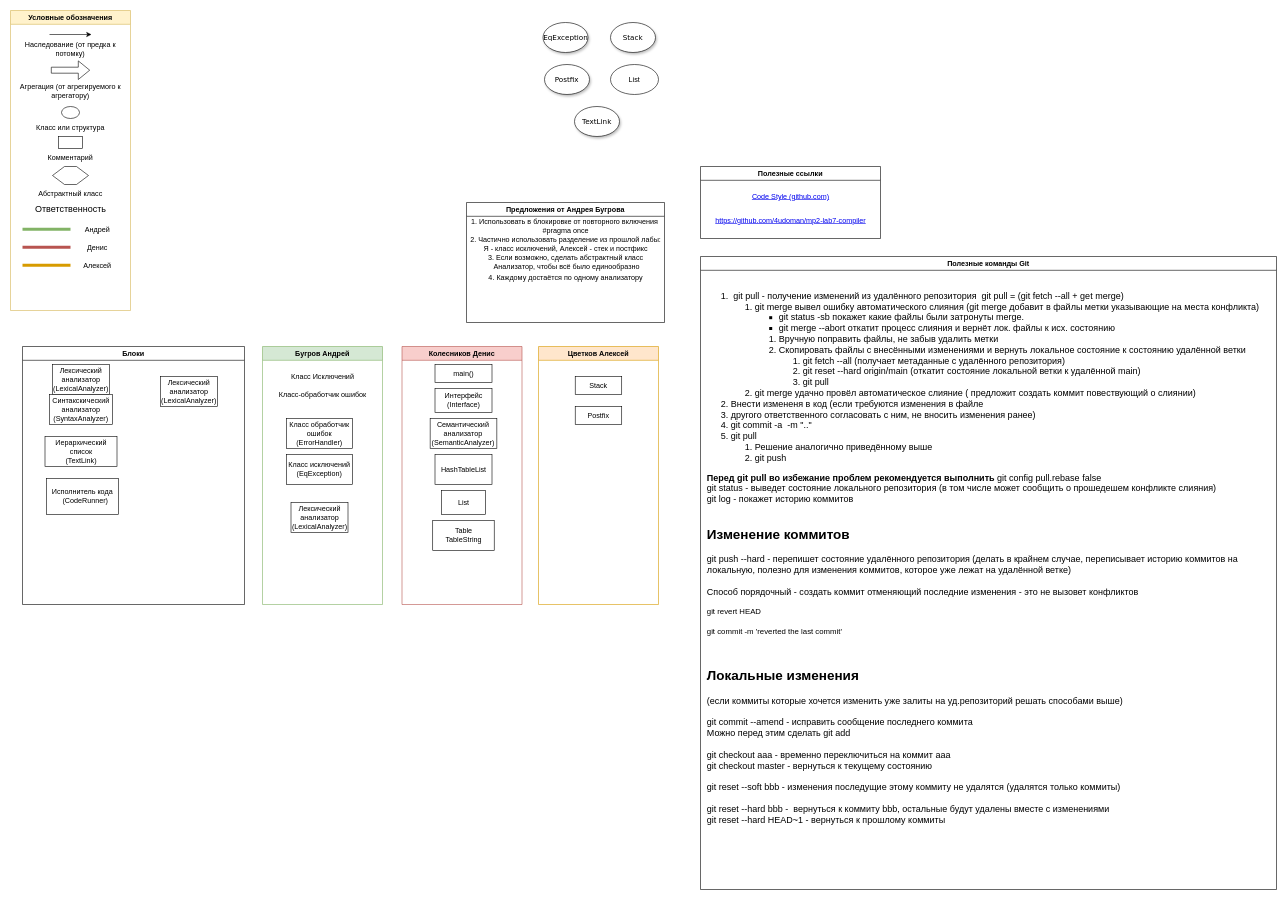
ParkerProbe/mp2-lab7-compiler keeps this draw.io diagram as Class_Diagram.drawio. Above is the earlier version. Source tidied: cells renumbered, new cells numbered last; positions are measured from the earlier drawing's top-left corner, leaving out a move shared by most shapes. Both pictures are drawn from the tidied source at 60%, with x=0, y=0 at pixel (10, 10).
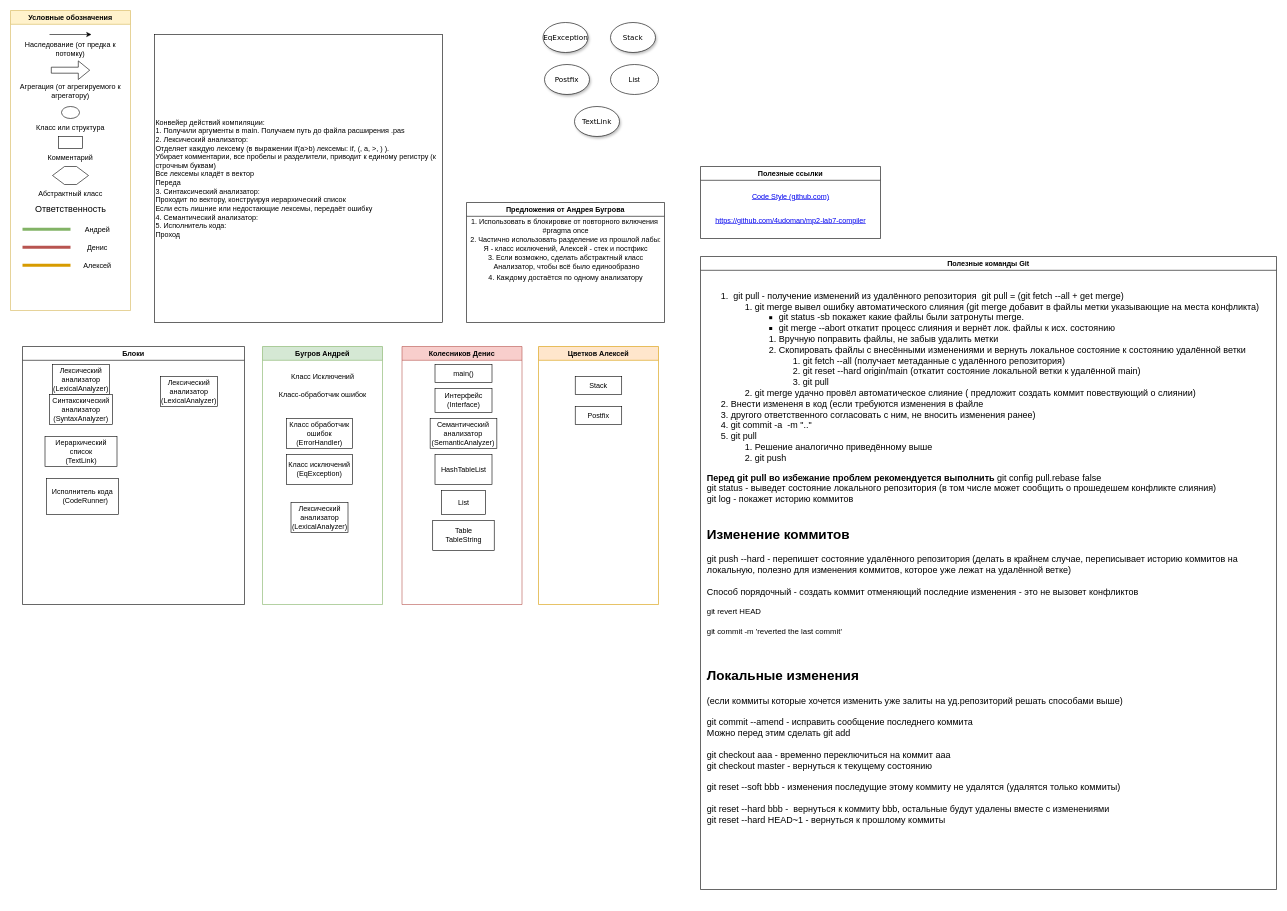
Above is the later version.

Diff of the diagram source:
```diff
@@
+    <mxCell id="59" value="&lt;div&gt;Конвейер действий компиляции:&lt;/div&gt;&lt;div&gt;1. Получили аргументы в main. Получаем путь до файла расширения .pas&lt;/div&gt;&lt;div&gt;2. Лексический анализатор:&lt;/div&gt;&lt;div&gt;Отделяет каждую лексему (в выражении if(a&amp;gt;b) лексемы: if, (, a, &amp;gt;, ) ).&lt;/div&gt;&lt;div&gt;Убирает комментарии, все пробелы и разделители, приводит к единому регистру (к строчным буквам)&lt;/div&gt;&lt;div&gt;Все лексемы кладёт в вектор&lt;/div&gt;&lt;div&gt;Переда&lt;/div&gt;&lt;div&gt;3. Синтаксический анализатор:&lt;/div&gt;&lt;div&gt;Проходит по вектору, конструируя иерархический список&lt;/div&gt;&lt;div&gt;Если есть лишние или недостающие лексемы, передаёт ошибку&lt;/div&gt;&lt;div&gt;4. Семантический анализатор:&amp;nbsp;&lt;/div&gt;&lt;div&gt;5. Исполнитель кода:&amp;nbsp;&lt;/div&gt;&lt;div&gt;Проход&amp;nbsp;&amp;nbsp;&lt;/div&gt;" style="rounded=0;whiteSpace=wrap;html=1;align=left;" parent="1" vertex="1">
+      <mxGeometry x="240" y="40" width="480" height="480" as="geometry" />
+    </mxCell>
```
